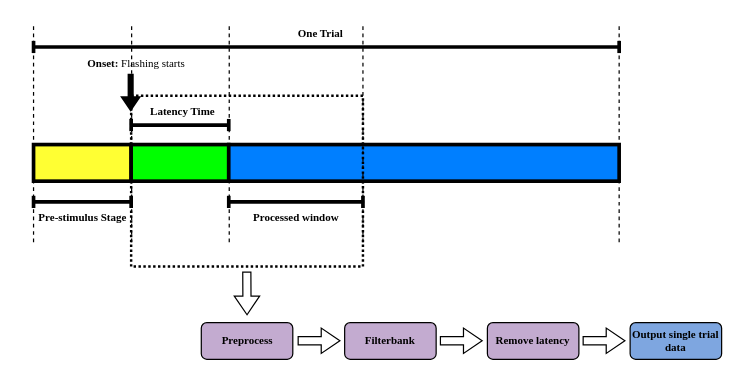
pikipity/SSVEP-Analysis-Toolbox keeps this draw.io diagram as Docs/_static/dataset-processing.drawio. Above is the earlier version. Source tidied: cells renumbered, new cells numbered last; positions are measured from the earlier drawing's top-left corner, leaving out a move shared by most shapes. Both pictures are drawn from the tidied source at 122%, with x=0, y=0 at pixel (21, 21).
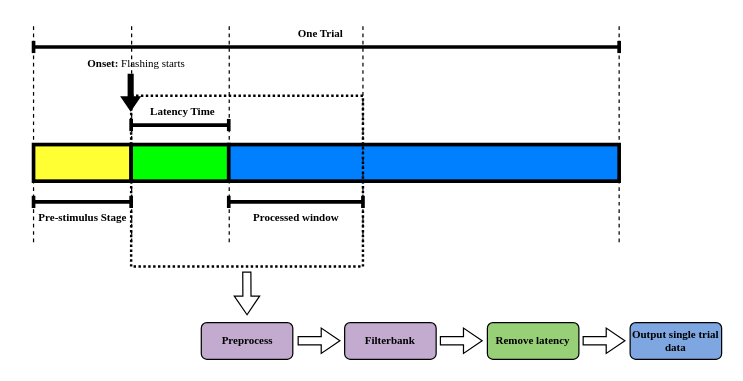
The same page after the edit.

Commit message (it also covers changes not shown here):
Update dataset-processing

Diff of the diagram source:
```diff
@@
-    <mxCell id="26" value="&lt;b&gt;Remove latency&lt;/b&gt;" style="rounded=1;whiteSpace=wrap;html=1;strokeWidth=1;fontFamily=Times New Roman;fontSize=9;fillColor=#C3ABD0;" parent="1" vertex="1">
+    <mxCell id="26" value="&lt;b&gt;Remove latency&lt;/b&gt;" style="rounded=1;whiteSpace=wrap;html=1;strokeWidth=1;fontFamily=Times New Roman;fontSize=9;fillColor=#97D077;" parent="1" vertex="1">
       <mxGeometry x="382" y="247" width="75" height="30" as="geometry" />
     </mxCell>
```
